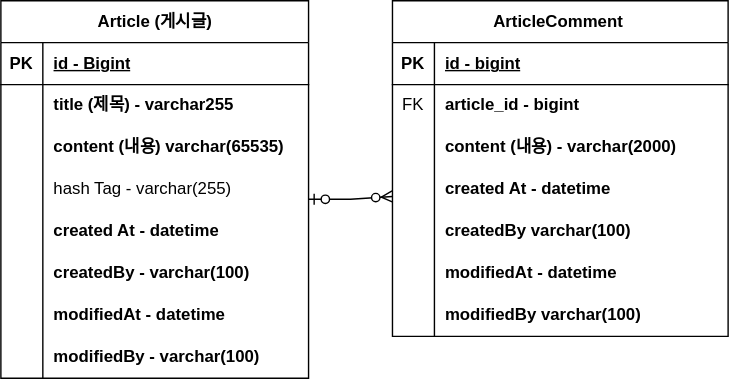
This is document/ERD.drawio.svg from DGKIMb/project-board, a draw.io export, as it was before one commit. Source tidied: cells renumbered, new cells last; positions are measured from the earlier drawing's top-left corner, leaving out a move shared by most shapes. Source of this version:
```xml
<mxGraphModel>
  <root>
    <mxCell id="0" />
    <mxCell id="1" parent="0" />
    <mxCell id="2" value="Article (게시글)" style="shape=table;startSize=30;rowLines=0;fontStyle=1;align=center;html=1;" parent="1" vertex="1">
      <mxGeometry width="220" height="270" as="geometry" />
    </mxCell>
    <mxCell id="3" style="shape=tableRow;horizontal=0;startSize=0;swimlaneHead=0;swimlaneBody=0;fillColor=none;top=0;left=0;right=0;bottom=1;" parent="2" vertex="1">
      <mxGeometry y="30" width="220" height="30" as="geometry" />
    </mxCell>
    <mxCell id="4" value="PK" style="shape=partialRectangle;fillColor=none;top=0;left=0;bottom=0;right=0;fontStyle=1;overflow=hidden;whiteSpace=wrap;html=1;" parent="3" vertex="1">
      <mxGeometry width="30" height="30" as="geometry" />
    </mxCell>
    <mxCell id="5" value="id - Bigint" style="shape=partialRectangle;fillColor=none;top=0;left=0;bottom=0;right=0;align=left;spacingLeft=6;fontStyle=5;overflow=hidden;whiteSpace=wrap;html=1;" parent="3" vertex="1">
      <mxGeometry x="30" width="190" height="30" as="geometry" />
    </mxCell>
    <mxCell id="6" style="shape=tableRow;horizontal=0;startSize=0;swimlaneHead=0;swimlaneBody=0;fillColor=none;top=0;left=0;right=0;bottom=0;" parent="2" vertex="1">
      <mxGeometry y="60" width="220" height="30" as="geometry" />
    </mxCell>
    <mxCell id="7" style="shape=partialRectangle;fillColor=none;top=0;left=0;bottom=0;right=0;overflow=hidden;whiteSpace=wrap;html=1;" parent="6" vertex="1">
      <mxGeometry width="30" height="30" as="geometry" />
    </mxCell>
    <mxCell id="8" value="title (제목) - varchar255" style="shape=partialRectangle;fillColor=none;top=0;left=0;bottom=0;right=0;align=left;spacingLeft=6;overflow=hidden;whiteSpace=wrap;html=1;fontStyle=1;" parent="6" vertex="1">
      <mxGeometry x="30" width="190" height="30" as="geometry" />
    </mxCell>
    <mxCell id="9" style="shape=tableRow;horizontal=0;startSize=0;swimlaneHead=0;swimlaneBody=0;fillColor=none;top=0;left=0;right=0;bottom=0;" parent="2" vertex="1">
      <mxGeometry y="90" width="220" height="30" as="geometry" />
    </mxCell>
    <mxCell id="10" style="shape=partialRectangle;fillColor=none;top=0;left=0;bottom=0;right=0;overflow=hidden;whiteSpace=wrap;html=1;" parent="9" vertex="1">
      <mxGeometry width="30" height="30" as="geometry" />
    </mxCell>
    <mxCell id="11" value="content (내용) varchar(65535)" style="shape=partialRectangle;fillColor=none;top=0;left=0;bottom=0;right=0;align=left;spacingLeft=6;overflow=hidden;whiteSpace=wrap;html=1;fontStyle=1;" parent="9" vertex="1">
      <mxGeometry x="30" width="190" height="30" as="geometry" />
    </mxCell>
    <mxCell id="12" style="shape=tableRow;horizontal=0;startSize=0;swimlaneHead=0;swimlaneBody=0;fillColor=none;points=[[0,0.5],[1,0.5]];portConstraint=eastwest;top=0;left=0;right=0;bottom=0;" parent="2" vertex="1">
      <mxGeometry y="120" width="220" height="30" as="geometry" />
    </mxCell>
    <mxCell id="13" style="shape=partialRectangle;fillColor=none;top=0;left=0;bottom=0;right=0;overflow=hidden;whiteSpace=wrap;html=1;" parent="12" vertex="1">
      <mxGeometry width="30" height="30" as="geometry" />
    </mxCell>
    <mxCell id="14" value="hash Tag - varchar(255)" style="shape=partialRectangle;fillColor=none;top=0;left=0;bottom=0;right=0;align=left;spacingLeft=6;overflow=hidden;whiteSpace=wrap;html=1;" parent="12" vertex="1">
      <mxGeometry x="30" width="190" height="30" as="geometry" />
    </mxCell>
    <mxCell id="15" style="shape=tableRow;horizontal=0;startSize=0;swimlaneHead=0;swimlaneBody=0;fillColor=none;top=0;left=0;right=0;bottom=0;" parent="2" vertex="1">
      <mxGeometry y="150" width="220" height="30" as="geometry" />
    </mxCell>
    <mxCell id="16" style="shape=partialRectangle;fillColor=none;top=0;left=0;bottom=0;right=0;overflow=hidden;whiteSpace=wrap;html=1;" parent="15" vertex="1">
      <mxGeometry width="30" height="30" as="geometry" />
    </mxCell>
    <mxCell id="17" value="created At - datetime" style="shape=partialRectangle;fillColor=none;top=0;left=0;bottom=0;right=0;align=left;spacingLeft=6;overflow=hidden;whiteSpace=wrap;html=1;fontStyle=1;" parent="15" vertex="1">
      <mxGeometry x="30" width="190" height="30" as="geometry" />
    </mxCell>
    <mxCell id="18" style="shape=tableRow;horizontal=0;startSize=0;swimlaneHead=0;swimlaneBody=0;fillColor=none;top=0;left=0;right=0;bottom=0;" parent="2" vertex="1">
      <mxGeometry y="180" width="220" height="30" as="geometry" />
    </mxCell>
    <mxCell id="19" style="shape=partialRectangle;fillColor=none;top=0;left=0;bottom=0;right=0;overflow=hidden;whiteSpace=wrap;html=1;" parent="18" vertex="1">
      <mxGeometry width="30" height="30" as="geometry" />
    </mxCell>
    <mxCell id="20" value="createdBy - varchar(100)" style="shape=partialRectangle;fillColor=none;top=0;left=0;bottom=0;right=0;align=left;spacingLeft=6;overflow=hidden;whiteSpace=wrap;html=1;fontStyle=1;" parent="18" vertex="1">
      <mxGeometry x="30" width="190" height="30" as="geometry" />
    </mxCell>
    <mxCell id="21" style="shape=tableRow;horizontal=0;startSize=0;swimlaneHead=0;swimlaneBody=0;fillColor=none;top=0;left=0;right=0;bottom=0;" parent="2" vertex="1">
      <mxGeometry y="210" width="220" height="30" as="geometry" />
    </mxCell>
    <mxCell id="22" style="shape=partialRectangle;fillColor=none;top=0;left=0;bottom=0;right=0;overflow=hidden;whiteSpace=wrap;html=1;" parent="21" vertex="1">
      <mxGeometry width="30" height="30" as="geometry" />
    </mxCell>
    <mxCell id="23" value="modifiedAt - datetime" style="shape=partialRectangle;fillColor=none;top=0;left=0;bottom=0;right=0;align=left;spacingLeft=6;overflow=hidden;whiteSpace=wrap;html=1;fontStyle=1;" parent="21" vertex="1">
      <mxGeometry x="30" width="190" height="30" as="geometry" />
    </mxCell>
    <mxCell id="24" style="shape=tableRow;horizontal=0;startSize=0;swimlaneHead=0;swimlaneBody=0;fillColor=none;top=0;left=0;right=0;bottom=0;" parent="2" vertex="1">
      <mxGeometry y="240" width="220" height="30" as="geometry" />
    </mxCell>
    <mxCell id="25" style="shape=partialRectangle;fillColor=none;top=0;left=0;bottom=0;right=0;overflow=hidden;whiteSpace=wrap;html=1;" parent="24" vertex="1">
      <mxGeometry width="30" height="30" as="geometry" />
    </mxCell>
    <mxCell id="26" value="modifiedBy - varchar(100)" style="shape=partialRectangle;fillColor=none;top=0;left=0;bottom=0;right=0;align=left;spacingLeft=6;overflow=hidden;whiteSpace=wrap;html=1;fontStyle=1;" parent="24" vertex="1">
      <mxGeometry x="30" width="190" height="30" as="geometry" />
    </mxCell>
    <mxCell id="27" value="ArticleComment&amp;nbsp;" style="shape=table;startSize=30;rowLines=0;fontStyle=1;align=center;html=1;" parent="1" vertex="1">
      <mxGeometry x="280" width="240" height="240" as="geometry" />
    </mxCell>
    <mxCell id="28" style="shape=tableRow;horizontal=0;startSize=0;swimlaneHead=0;swimlaneBody=0;fillColor=none;top=0;left=0;right=0;bottom=1;" parent="27" vertex="1">
      <mxGeometry y="30" width="240" height="30" as="geometry" />
    </mxCell>
    <mxCell id="29" value="PK" style="shape=partialRectangle;fillColor=none;top=0;left=0;bottom=0;right=0;fontStyle=1;overflow=hidden;whiteSpace=wrap;html=1;" parent="28" vertex="1">
      <mxGeometry width="30" height="30" as="geometry" />
    </mxCell>
    <mxCell id="30" value="id - bigint" style="shape=partialRectangle;fillColor=none;top=0;left=0;bottom=0;right=0;align=left;spacingLeft=6;fontStyle=5;overflow=hidden;whiteSpace=wrap;html=1;" parent="28" vertex="1">
      <mxGeometry x="30" width="210" height="30" as="geometry" />
    </mxCell>
    <mxCell id="31" style="shape=tableRow;horizontal=0;startSize=0;swimlaneHead=0;swimlaneBody=0;fillColor=none;top=0;left=0;right=0;bottom=0;" parent="27" vertex="1">
      <mxGeometry y="60" width="240" height="30" as="geometry" />
    </mxCell>
    <mxCell id="32" value="FK" style="shape=partialRectangle;fillColor=none;top=0;left=0;bottom=0;right=0;overflow=hidden;whiteSpace=wrap;html=1;" parent="31" vertex="1">
      <mxGeometry width="30" height="30" as="geometry" />
    </mxCell>
    <mxCell id="33" value="article_id - bigint" style="shape=partialRectangle;fillColor=none;top=0;left=0;bottom=0;right=0;align=left;spacingLeft=6;overflow=hidden;whiteSpace=wrap;html=1;fontStyle=1;" parent="31" vertex="1">
      <mxGeometry x="30" width="210" height="30" as="geometry" />
    </mxCell>
    <mxCell id="34" style="shape=tableRow;horizontal=0;startSize=0;swimlaneHead=0;swimlaneBody=0;fillColor=none;top=0;left=0;right=0;bottom=0;" parent="27" vertex="1">
      <mxGeometry y="90" width="240" height="30" as="geometry" />
    </mxCell>
    <mxCell id="35" style="shape=partialRectangle;fillColor=none;top=0;left=0;bottom=0;right=0;overflow=hidden;whiteSpace=wrap;html=1;" parent="34" vertex="1">
      <mxGeometry width="30" height="30" as="geometry" />
    </mxCell>
    <mxCell id="36" value="content (내용) - varchar(2000)" style="shape=partialRectangle;fillColor=none;top=0;left=0;bottom=0;right=0;align=left;spacingLeft=6;overflow=hidden;whiteSpace=wrap;html=1;fontStyle=1;" parent="34" vertex="1">
      <mxGeometry x="30" width="210" height="30" as="geometry" />
    </mxCell>
    <mxCell id="37" style="shape=tableRow;horizontal=0;startSize=0;swimlaneHead=0;swimlaneBody=0;fillColor=none;top=0;left=0;right=0;bottom=0;" parent="27" vertex="1">
      <mxGeometry y="120" width="240" height="30" as="geometry" />
    </mxCell>
    <mxCell id="38" style="shape=partialRectangle;fillColor=none;top=0;left=0;bottom=0;right=0;overflow=hidden;whiteSpace=wrap;html=1;" parent="37" vertex="1">
      <mxGeometry width="30" height="30" as="geometry" />
    </mxCell>
    <mxCell id="39" value="created At - datetime" style="shape=partialRectangle;fillColor=none;top=0;left=0;bottom=0;right=0;align=left;spacingLeft=6;overflow=hidden;whiteSpace=wrap;html=1;fontStyle=1;" parent="37" vertex="1">
      <mxGeometry x="30" width="210" height="30" as="geometry" />
    </mxCell>
    <mxCell id="40" style="shape=tableRow;horizontal=0;startSize=0;swimlaneHead=0;swimlaneBody=0;fillColor=none;top=0;left=0;right=0;bottom=0;" parent="27" vertex="1">
      <mxGeometry y="150" width="240" height="30" as="geometry" />
    </mxCell>
    <mxCell id="41" style="shape=partialRectangle;fillColor=none;top=0;left=0;bottom=0;right=0;overflow=hidden;whiteSpace=wrap;html=1;" parent="40" vertex="1">
      <mxGeometry width="30" height="30" as="geometry" />
    </mxCell>
    <mxCell id="42" value="createdBy varchar(100)" style="shape=partialRectangle;fillColor=none;top=0;left=0;bottom=0;right=0;align=left;spacingLeft=6;overflow=hidden;whiteSpace=wrap;html=1;fontStyle=1;" parent="40" vertex="1">
      <mxGeometry x="30" width="210" height="30" as="geometry" />
    </mxCell>
    <mxCell id="43" style="shape=tableRow;horizontal=0;startSize=0;swimlaneHead=0;swimlaneBody=0;fillColor=none;top=0;left=0;right=0;bottom=0;" parent="27" vertex="1">
      <mxGeometry y="180" width="240" height="30" as="geometry" />
    </mxCell>
    <mxCell id="44" style="shape=partialRectangle;fillColor=none;top=0;left=0;bottom=0;right=0;overflow=hidden;whiteSpace=wrap;html=1;" parent="43" vertex="1">
      <mxGeometry width="30" height="30" as="geometry" />
    </mxCell>
    <mxCell id="45" value="modifiedAt - datetime" style="shape=partialRectangle;fillColor=none;top=0;left=0;bottom=0;right=0;align=left;spacingLeft=6;overflow=hidden;whiteSpace=wrap;html=1;fontStyle=1;" parent="43" vertex="1">
      <mxGeometry x="30" width="210" height="30" as="geometry" />
    </mxCell>
    <mxCell id="46" style="shape=tableRow;horizontal=0;startSize=0;swimlaneHead=0;swimlaneBody=0;fillColor=none;top=0;left=0;right=0;bottom=0;" parent="27" vertex="1">
      <mxGeometry y="210" width="240" height="30" as="geometry" />
    </mxCell>
    <mxCell id="47" style="shape=partialRectangle;fillColor=none;top=0;left=0;bottom=0;right=0;overflow=hidden;whiteSpace=wrap;html=1;" parent="46" vertex="1">
      <mxGeometry width="30" height="30" as="geometry" />
    </mxCell>
    <mxCell id="48" value="modifiedBy varchar(100)" style="shape=partialRectangle;fillColor=none;top=0;left=0;bottom=0;right=0;align=left;spacingLeft=6;overflow=hidden;whiteSpace=wrap;html=1;fontStyle=1;" parent="46" vertex="1">
      <mxGeometry x="30" width="210" height="30" as="geometry" />
    </mxCell>
    <mxCell id="49" style="edgeStyle=entityRelationEdgeStyle;fontSize=12;html=1;endArrow=ERzeroToMany;startArrow=ERzeroToOne;rounded=0;exitX=1;exitY=0.733;exitDx=0;exitDy=0;exitPerimeter=0;" parent="1" edge="1" source="12">
      <mxGeometry relative="1" as="geometry">
        <mxPoint x="280" y="140" as="targetPoint" />
      </mxGeometry>
    </mxCell>
  </root>
</mxGraphModel>
```
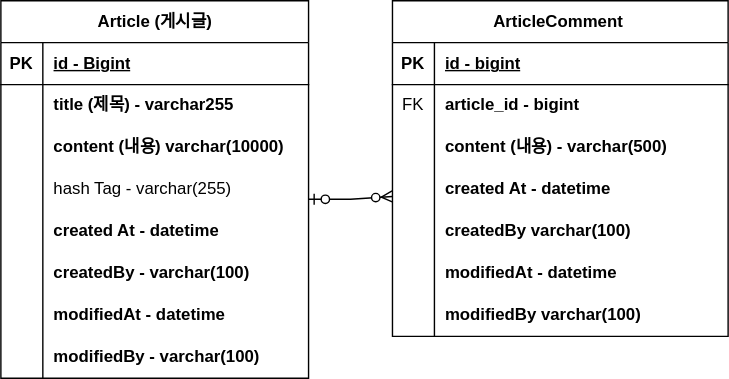
Later version of the same file.

Diff of the diagram source:
```diff
@@ -29,7 +29,7 @@
     <mxCell id="10" style="shape=partialRectangle;fillColor=none;top=0;left=0;bottom=0;right=0;overflow=hidden;whiteSpace=wrap;html=1;" parent="9" vertex="1">
       <mxGeometry width="30" height="30" as="geometry" />
     </mxCell>
-    <mxCell id="11" value="content (내용) varchar(65535)" style="shape=partialRectangle;fillColor=none;top=0;left=0;bottom=0;right=0;align=left;spacingLeft=6;overflow=hidden;whiteSpace=wrap;html=1;fontStyle=1;" parent="9" vertex="1">
+    <mxCell id="11" value="content (내용) varchar(10000)" style="shape=partialRectangle;fillColor=none;top=0;left=0;bottom=0;right=0;align=left;spacingLeft=6;overflow=hidden;whiteSpace=wrap;html=1;fontStyle=1;" parent="9" vertex="1">
       <mxGeometry x="30" width="190" height="30" as="geometry" />
     </mxCell>
     <mxCell id="12" style="shape=tableRow;horizontal=0;startSize=0;swimlaneHead=0;swimlaneBody=0;fillColor=none;points=[[0,0.5],[1,0.5]];portConstraint=eastwest;top=0;left=0;right=0;bottom=0;" parent="2" vertex="1">
@@ -104,7 +104,7 @@
     <mxCell id="35" style="shape=partialRectangle;fillColor=none;top=0;left=0;bottom=0;right=0;overflow=hidden;whiteSpace=wrap;html=1;" parent="34" vertex="1">
       <mxGeometry width="30" height="30" as="geometry" />
     </mxCell>
-    <mxCell id="36" value="content (내용) - varchar(2000)" style="shape=partialRectangle;fillColor=none;top=0;left=0;bottom=0;right=0;align=left;spacingLeft=6;overflow=hidden;whiteSpace=wrap;html=1;fontStyle=1;" parent="34" vertex="1">
+    <mxCell id="36" value="content (내용) - varchar(500)" style="shape=partialRectangle;fillColor=none;top=0;left=0;bottom=0;right=0;align=left;spacingLeft=6;overflow=hidden;whiteSpace=wrap;html=1;fontStyle=1;" parent="34" vertex="1">
       <mxGeometry x="30" width="210" height="30" as="geometry" />
     </mxCell>
     <mxCell id="37" style="shape=tableRow;horizontal=0;startSize=0;swimlaneHead=0;swimlaneBody=0;fillColor=none;top=0;left=0;right=0;bottom=0;" parent="27" vertex="1">
```
